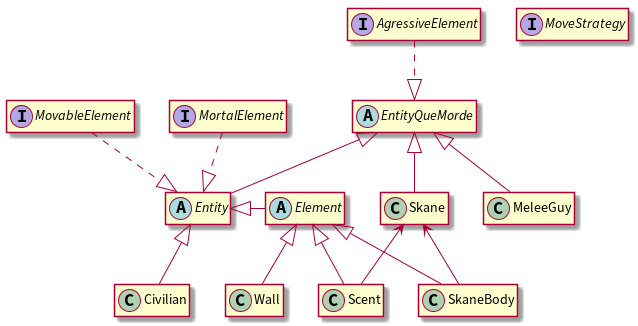
Before: docs/uml/element.png, a diagram exported from PlantUML (JoaoCostaIFG/LPOO). Source of this version:
```plantuml
@startuml

skinparam defaultFontSize 17
skinparam classFontSize 14
skinparam classAttributeFontSize 14
hide empty members

interface AgressiveElement {}
interface MortalElement {}
interface MovableElement {}
interface MoveStrategy {}

abstract class Element {}
abstract class Entity {}
abstract class EntityQueMorde {}

class Civilian {}
class MeleeGuy {}
class Wall {}

class Scent {}
class Skane {}
class SkaneBody {}

Entity <|- Element
Entity ^.up. MovableElement
Entity ^.up. MortalElement

EntityQueMorde <|- Entity
EntityQueMorde ^.up. AgressiveElement

Element <|-- SkaneBody
Element <|-- Wall
Element <|-- Scent
Entity <|-- Civilian
EntityQueMorde <|-- MeleeGuy
EntityQueMorde <|-- Skane

Skane <-up- SkaneBody
Skane <-up- Scent

@enduml
```
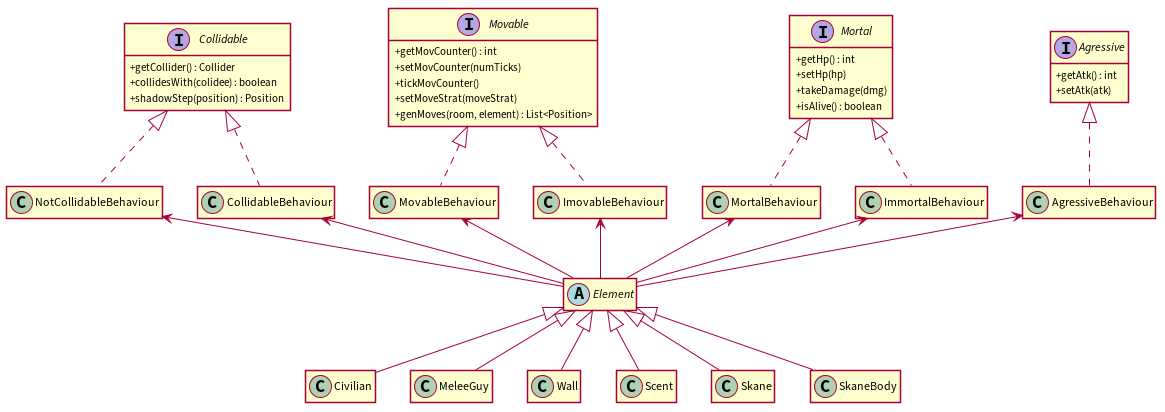
Later version of the same file.

Commit message:
Created element hierarchy uml. Updated mvc uml.

What changed in the source:
```diff
@@ -1,18 +1,42 @@
 @startuml
 
-skinparam defaultFontSize 17
-skinparam classFontSize 14
-skinparam classAttributeFontSize 14
 hide empty members
+skinparam classAttributeIconSize 0
+skinparam linetype polyline
+skinparam shadowing false
 
-interface AgressiveElement {}
-interface MortalElement {}
-interface MovableElement {}
-interface MoveStrategy {}
+interface Agressive {
+  + getAtk() : int
+  + setAtk(atk)
+}
+interface Collidable {
+  + getCollider() : Collider
+  + collidesWith(colidee) : boolean
+  + shadowStep(position) : Position
+}
+interface Mortal {
+  + getHp() : int
+  + setHp(hp)
+  + takeDamage(dmg)
+  + isAlive() : boolean
+}
+interface Movable {
+  + getMovCounter() : int
+  + setMovCounter(numTicks)
+  + tickMovCounter()
+  + setMoveStrat(moveStrat)
+  + genMoves(room, element) : List<Position>
+}
+
+class AgressiveBehaviour {}
+class CollidableBehaviour {}
+class ImmortalBehaviour {}
+class ImovableBehaviour {}
+class MortalBehaviour {}
+class MovableBehaviour {}
+class NotCollidableBehaviour {}
 
 abstract class Element {}
-abstract class Entity {}
-abstract class EntityQueMorde {}
 
 class Civilian {}
 class MeleeGuy {}
@@ -22,21 +46,27 @@
 class Skane {}
 class SkaneBody {}
 
-Entity <|- Element
-Entity ^.up. MovableElement
-Entity ^.up. MortalElement
+AgressiveBehaviour .up.^ Agressive
+CollidableBehaviour .up.^ Collidable
+ImmortalBehaviour .up.^ Mortal
+ImovableBehaviour .up.^ Movable
+MortalBehaviour .up.^ Mortal
+MovableBehaviour .up.^ Movable
+NotCollidableBehaviour .up.^ Collidable
 
-EntityQueMorde <|- Entity
-EntityQueMorde ^.up. AgressiveElement
+Element -up-> AgressiveBehaviour
+Element -up-> CollidableBehaviour
+Element -up-> ImmortalBehaviour
+Element -up-> ImovableBehaviour
+Element -up-> MortalBehaviour
+Element -up-> MovableBehaviour
+Element -up-> NotCollidableBehaviour
 
-Element <|-- SkaneBody
-Element <|-- Wall
-Element <|-- Scent
-Entity <|-- Civilian
-EntityQueMorde <|-- MeleeGuy
-EntityQueMorde <|-- Skane
-
-Skane <-up- SkaneBody
-Skane <-up- Scent
+Civilian -up-^ Element
+MeleeGuy -up-^ Element
+Wall -up-^ Element
+Scent -up-^ Element
+Skane -up-^ Element
+SkaneBody -up-^ Element
 
 @enduml
```
